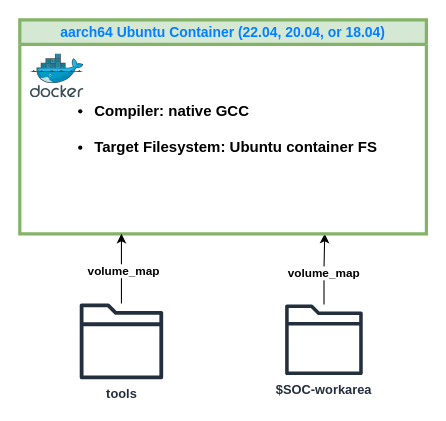
Above: page "Page-2" (2 of 2) of docs/diagram.drawio in TexasInstruments-Sandbox/edgeai-vision-apps-lib-build (draw.io), before the change. Source tidied: cells renumbered, new cells numbered last; positions are measured from the earlier drawing's top-left corner, leaving out a move shared by most shapes. Both pictures are drawn from the tidied source at 107%, with x=0, y=0 at pixel (19, 19).
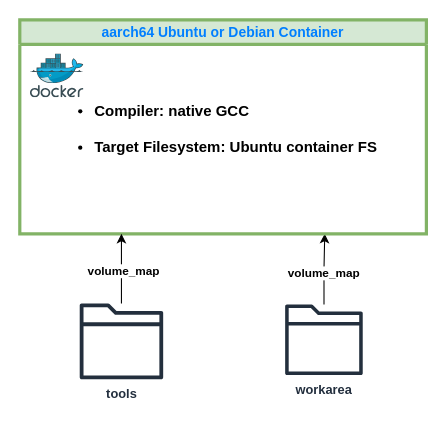
The same diagram, later.

The edit, as a diff of the source:
```diff
@@
 <mxGraphModel>
   <root>
     <mxCell id="0" />
     <mxCell id="1" parent="0" />
     <mxCell id="2" style="edgeStyle=orthogonalEdgeStyle;rounded=0;jettySize=auto;html=1;entryX=0.75;entryY=1;entryDx=0;entryDy=0;" parent="1" edge="1" source="4" target="5">
       <mxGeometry relative="1" as="geometry" />
     </mxCell>
     <mxCell id="3" value="volume_map" style="edgeLabel;html=1;align=center;verticalAlign=middle;fontStyle=1;" parent="2" vertex="1">
       <mxGeometry x="-0.1" y="1" relative="1" as="geometry" />
     </mxCell>
-    <mxCell id="4" value="&lt;b&gt;$SOC-workarea&lt;/b&gt;" style="sketch=0;outlineConnect=0;fontColor=#232F3E;gradientColor=none;fillColor=#232F3D;strokeColor=none;dashed=0;verticalLabelPosition=bottom;verticalAlign=top;align=center;html=1;fontSize=12;fontStyle=0;shape=mxgraph.aws4.folder;" parent="1" vertex="1">
+    <mxCell id="4" value="&lt;b&gt;workarea&lt;/b&gt;" style="sketch=0;outlineConnect=0;fontColor=#232F3E;gradientColor=none;fillColor=#232F3D;strokeColor=none;dashed=0;verticalLabelPosition=bottom;verticalAlign=top;align=center;html=1;fontSize=12;fontStyle=0;shape=mxgraph.aws4.folder;" parent="1" vertex="1">
       <mxGeometry x="248" y="266" width="72.5" height="66" as="geometry" />
     </mxCell>
-    <mxCell id="5" value="&lt;font color=&quot;#007fff&quot; style=&quot;font-size: 13px;&quot;&gt;aarch64 Ubuntu Container (22.04, 20.04, or 18.04)&lt;/font&gt;" style="swimlane;whiteSpace=wrap;html=1;fontSize=13;fillColor=#d5e8d4;strokeColor=#82b366;strokeWidth=3;swimlaneFillColor=none;" parent="1" vertex="1">
+    <mxCell id="5" value="&lt;font color=&quot;#007fff&quot; style=&quot;font-size: 13px;&quot;&gt;aarch64 Ubuntu or Debian Container&lt;/font&gt;" style="swimlane;whiteSpace=wrap;html=1;fontSize=13;fillColor=#d5e8d4;strokeColor=#82b366;strokeWidth=3;swimlaneFillColor=none;" parent="1" vertex="1">
       <mxGeometry width="380" height="200" as="geometry" />
     </mxCell>
     <mxCell id="6" style="image;sketch=0;html=1;align=center;fontSize=12;image=img/lib/mscae/Docker.svg;" parent="5" vertex="1">
       <mxGeometry x="10" y="32" width="50" height="41" as="geometry" />
     </mxCell>
     <mxCell id="7" value="&lt;h2&gt;&lt;/h2&gt;&lt;h3&gt;&lt;p&gt;&lt;/p&gt;&lt;ul style=&quot;font-size: 14px;&quot;&gt;&lt;li style=&quot;font-size: 14px;&quot;&gt;Compiler: native GCC&lt;/li&gt;&lt;/ul&gt;&lt;p&gt;&lt;/p&gt;&lt;ul style=&quot;font-size: 14px;&quot;&gt;&lt;li style=&quot;font-size: 14px;&quot;&gt;&lt;span style=&quot;background-color: initial;&quot;&gt;Target Filesystem: Ubuntu container FS&lt;/span&gt;&lt;/li&gt;&lt;/ul&gt;&lt;/h3&gt;" style="text;html=1;align=left;verticalAlign=top;strokeColor=none;fillColor=none;fontStyle=1;fontSize=14;spacing=0;spacingTop=0;spacingBottom=0;" parent="5" vertex="1">
       <mxGeometry x="30" y="55" width="320" height="90" as="geometry" />
     </mxCell>
     <mxCell id="8" value="&lt;b&gt;tools&lt;/b&gt;" style="sketch=0;outlineConnect=0;fontColor=#232F3E;gradientColor=none;fillColor=#232F3D;strokeColor=none;dashed=0;verticalLabelPosition=bottom;verticalAlign=top;align=center;html=1;fontSize=12;fontStyle=0;shape=mxgraph.aws4.folder;" parent="1" vertex="1">
       <mxGeometry x="56" y="265" width="78" height="71" as="geometry" />
     </mxCell>
     <mxCell id="9" style="edgeStyle=orthogonalEdgeStyle;rounded=0;jettySize=auto;html=1;entryX=0.25;entryY=1;entryDx=0;entryDy=0;" parent="1" edge="1" source="8" target="5">
       <mxGeometry relative="1" as="geometry" />
     </mxCell>
     <mxCell id="10" value="volume_map" style="edgeLabel;html=1;align=center;verticalAlign=middle;fontStyle=1;" parent="9" vertex="1">
       <mxGeometry x="-0.05" y="-2" relative="1" as="geometry" />
     </mxCell>
   </root>
 </mxGraphModel>
```
